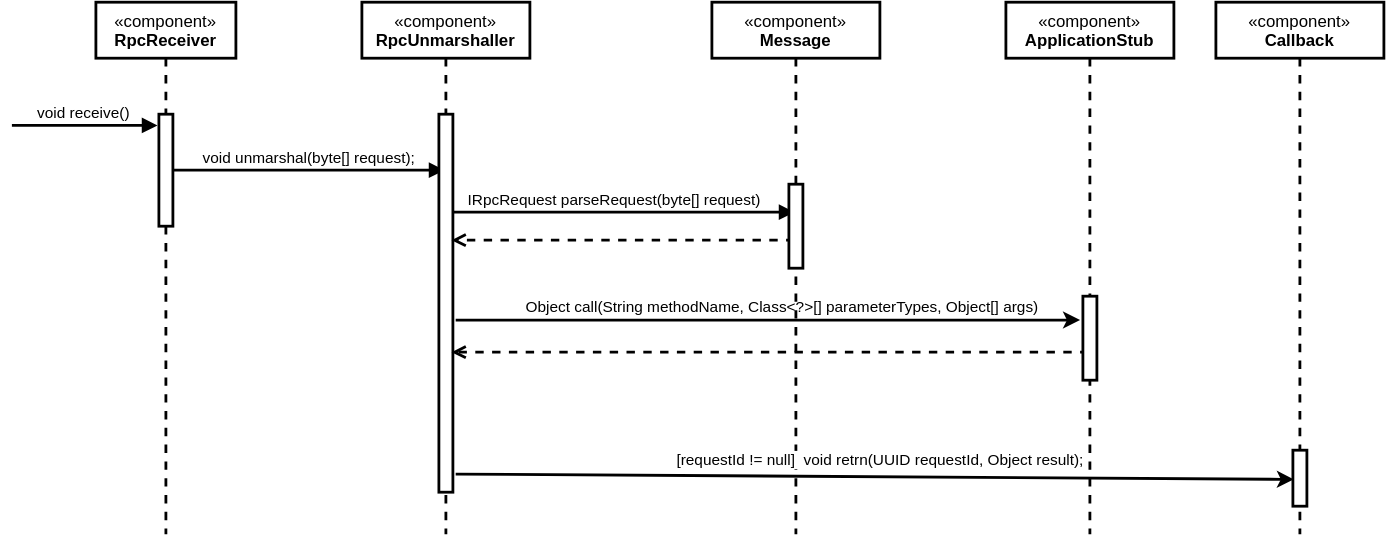
The draw.io diagram docs/middleware/diagrams/UC01ReceivingCallsSequenceDiagramLevel2.drawio.svg in HaniAlshikh/tron, before a commit. Source tidied: cells renumbered, new cells last; positions are measured from the earlier drawing's top-left corner, leaving out a move shared by most shapes.
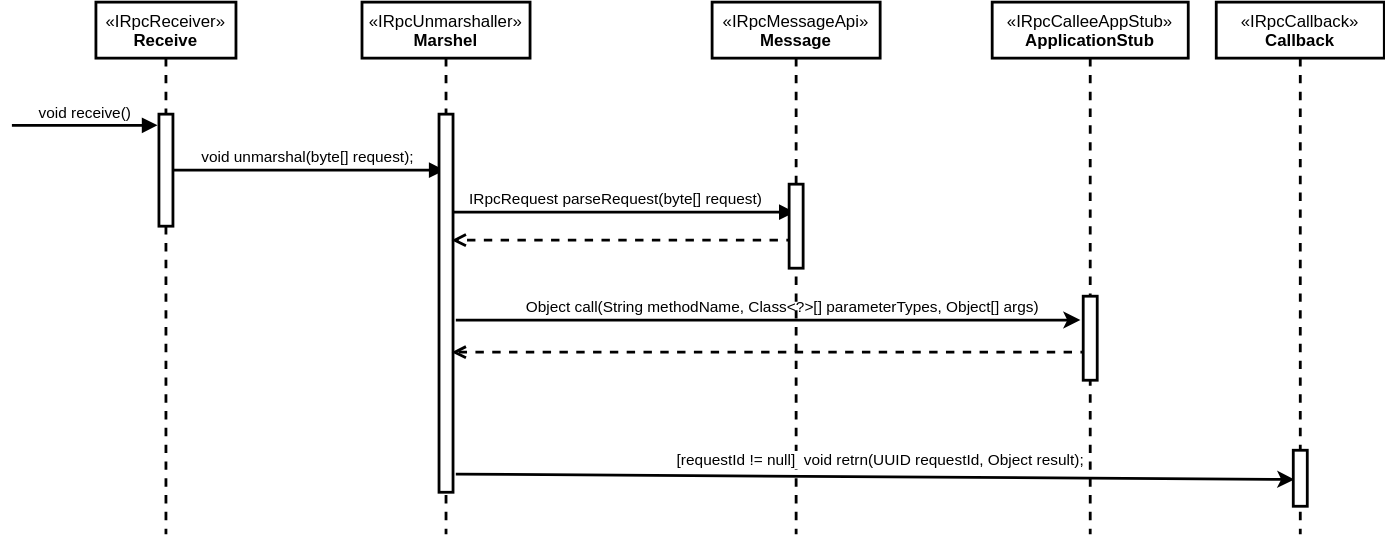
The same file after the commit.

Commit message:
Docs: Runtime View Level diagrams interfaces

Diff of the diagram source:
```diff
@@ -2,7 +2,7 @@
   <root>
     <mxCell id="0" />
     <mxCell id="1" parent="0" />
-    <mxCell id="2" value="&lt;span&gt;«component»&lt;br&gt;&lt;b&gt;RpcReceiver&lt;/b&gt;&lt;br&gt;&lt;/span&gt;" style="shape=umlLifeline;perimeter=lifelinePerimeter;whiteSpace=wrap;html=1;strokeWidth=2;verticalAlign=top;" parent="1" vertex="1">
+    <mxCell id="2" value="&lt;span&gt;«IRpcReceiver»&lt;br&gt;&lt;b&gt;Receive&lt;/b&gt;&lt;br&gt;&lt;/span&gt;" style="shape=umlLifeline;perimeter=lifelinePerimeter;whiteSpace=wrap;html=1;strokeWidth=2;verticalAlign=top;" parent="1" vertex="1">
       <mxGeometry x="60" width="100" height="380" as="geometry" />
     </mxCell>
     <mxCell id="3" style="edgeStyle=none;shape=connector;rounded=1;html=1;labelBackgroundColor=default;fontFamily=Helvetica;fontSize=11;fontColor=default;endArrow=block;strokeColor=default;strokeWidth=2;" parent="1" edge="1" source="5" target="7">
@@ -22,7 +22,7 @@
         <mxPoint x="104" y="88" as="targetPoint" />
       </mxGeometry>
     </mxCell>
-    <mxCell id="7" value="&lt;span&gt;«component»&lt;br&gt;&lt;b&gt;RpcUnmarshaller&lt;/b&gt;&lt;br&gt;&lt;/span&gt;" style="shape=umlLifeline;perimeter=lifelinePerimeter;whiteSpace=wrap;html=1;outlineConnect=0;strokeWidth=2;verticalAlign=top;" parent="1" vertex="1">
+    <mxCell id="7" value="&lt;span&gt;«IRpcUnmarshaller»&lt;br&gt;&lt;b&gt;Marshel&lt;/b&gt;&lt;br&gt;&lt;/span&gt;" style="shape=umlLifeline;perimeter=lifelinePerimeter;whiteSpace=wrap;html=1;outlineConnect=0;strokeWidth=2;verticalAlign=top;" parent="1" vertex="1">
       <mxGeometry x="250" width="120" height="380" as="geometry" />
     </mxCell>
     <mxCell id="8" style="edgeStyle=none;shape=connector;rounded=1;html=1;labelBackgroundColor=default;fontFamily=Helvetica;fontSize=11;fontColor=default;endArrow=block;strokeColor=default;strokeWidth=2;" parent="1" edge="1">
@@ -56,7 +56,7 @@
         <mxPoint x="314" y="170" as="targetPoint" />
       </mxGeometry>
     </mxCell>
-    <mxCell id="14" value="&lt;span&gt;«component»&lt;br&gt;&lt;b&gt;Message&lt;/b&gt;&lt;br&gt;&lt;/span&gt;" style="shape=umlLifeline;perimeter=lifelinePerimeter;whiteSpace=wrap;html=1;strokeWidth=2;verticalAlign=top;" parent="1" vertex="1">
+    <mxCell id="14" value="&lt;span&gt;«IRpcMessageApi»&lt;br&gt;&lt;b&gt;Message&lt;/b&gt;&lt;br&gt;&lt;/span&gt;" style="shape=umlLifeline;perimeter=lifelinePerimeter;whiteSpace=wrap;html=1;strokeWidth=2;verticalAlign=top;" parent="1" vertex="1">
       <mxGeometry x="500" width="120" height="380" as="geometry" />
     </mxCell>
     <mxCell id="15" style="html=1;perimeter=orthogonalPerimeter;strokeWidth=2;verticalAlign=top;" parent="14" vertex="1">
@@ -68,11 +68,11 @@
         <mxPoint x="314" y="250" as="targetPoint" />
       </mxGeometry>
     </mxCell>
-    <mxCell id="17" value="&lt;span&gt;«component»&lt;br&gt;&lt;b&gt;ApplicationStub&lt;/b&gt;&lt;br&gt;&lt;/span&gt;" style="shape=umlLifeline;perimeter=lifelinePerimeter;whiteSpace=wrap;html=1;strokeWidth=2;verticalAlign=top;" parent="1" vertex="1">
-      <mxGeometry x="710" width="120" height="380" as="geometry" />
+    <mxCell id="17" value="&lt;span&gt;«IRpcCalleeAppStub»&lt;br&gt;&lt;b&gt;ApplicationStub&lt;/b&gt;&lt;br&gt;&lt;/span&gt;" style="shape=umlLifeline;perimeter=lifelinePerimeter;whiteSpace=wrap;html=1;strokeWidth=2;verticalAlign=top;" parent="1" vertex="1">
+      <mxGeometry x="700" width="140" height="380" as="geometry" />
     </mxCell>
     <mxCell id="18" style="html=1;perimeter=orthogonalPerimeter;strokeWidth=2;verticalAlign=top;" parent="17" vertex="1">
-      <mxGeometry x="55" y="210" width="10" height="60" as="geometry" />
+      <mxGeometry x="65" y="210" width="10" height="60" as="geometry" />
     </mxCell>
     <mxCell id="19" style="edgeStyle=none;shape=connector;rounded=1;html=1;labelBackgroundColor=default;fontFamily=Helvetica;fontSize=11;fontColor=default;endArrow=classic;endFill=1;strokeColor=default;strokeWidth=2;entryX=0.076;entryY=0.521;entryDx=0;entryDy=0;entryPerimeter=0;" parent="1" edge="1" target="22">
       <mxGeometry relative="1" as="geometry">
@@ -84,7 +84,7 @@
         <mxPoint x="64" y="-12" as="offset" />
       </mxGeometry>
     </mxCell>
-    <mxCell id="21" value="&lt;span&gt;«component»&lt;br&gt;&lt;b&gt;Callback&lt;br&gt;&lt;/b&gt;&lt;br&gt;&lt;/span&gt;" style="shape=umlLifeline;perimeter=lifelinePerimeter;whiteSpace=wrap;html=1;strokeWidth=2;verticalAlign=top;" parent="1" vertex="1">
+    <mxCell id="21" value="&lt;span&gt;«IRpcCallback»&lt;br&gt;&lt;b&gt;Callback&lt;br&gt;&lt;/b&gt;&lt;br&gt;&lt;/span&gt;" style="shape=umlLifeline;perimeter=lifelinePerimeter;whiteSpace=wrap;html=1;strokeWidth=2;verticalAlign=top;" parent="1" vertex="1">
       <mxGeometry x="860" width="120" height="380" as="geometry" />
     </mxCell>
     <mxCell id="22" style="html=1;points=[];perimeter=orthogonalPerimeter;strokeWidth=2;verticalAlign=top;" parent="21" vertex="1">
```
